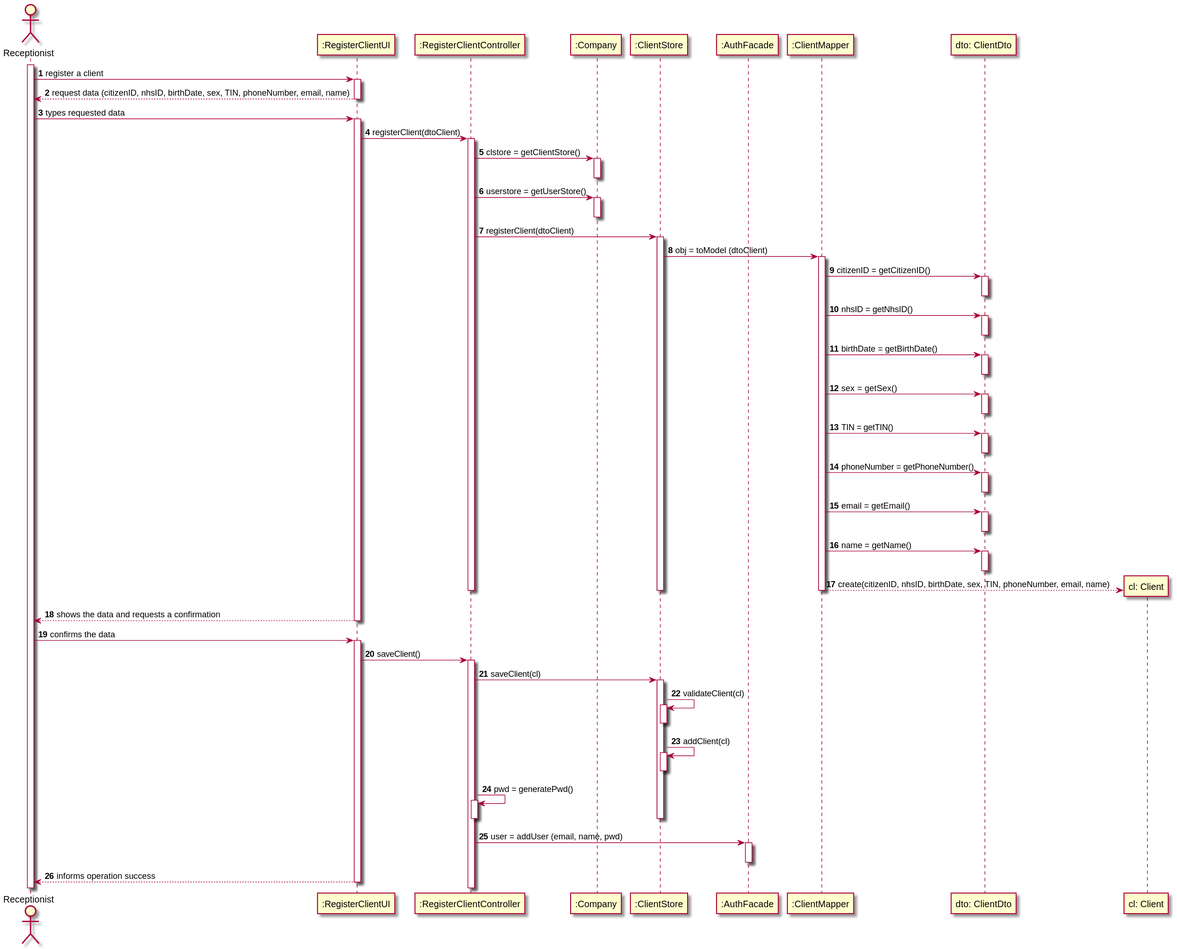
0franciscor/lei-21-s2-1de-g19 keeps this PlantUML diagram as docs/SprintB/US03/US03-SD.svg. Above is the earlier version. Its diagram source:
```plantuml
@startuml

autonumber

actor "Receptionist" as R
activate R


R -> ":RegisterClientUI" : register a client
activate ":RegisterClientUI"
":RegisterClientUI" --> R: request data (citizenID, nhsID, birthDate, sex, TIN, phoneNumber, email, name)
deactivate ":RegisterClientUI"
R -> ":RegisterClientUI" : types requested data
activate ":RegisterClientUI"
":RegisterClientUI" -> ":RegisterClientController": registerClient(dtoClient)
activate ":RegisterClientController"
":RegisterClientController" -> ":Company": clstore = getClientStore()
activate ":Company"
deactivate ":Company"
":RegisterClientController" -> ":Company": userstore = getUserStore()
activate ":Company"
deactivate ":Company"
":RegisterClientController" -> ":ClientStore" : registerClient(dtoClient)
deactivate ":AuthFacade"
activate ":ClientStore"
":ClientStore" -> ":ClientMapper": obj = toModel (dtoClient)
activate ":ClientMapper"
":ClientMapper" -> "dto: ClientDto" : citizenID = getCitizenID()
activate "dto: ClientDto"
deactivate "dto: ClientDto"
":ClientMapper" -> "dto: ClientDto" : nhsID = getNhsID()
activate "dto: ClientDto"
deactivate "dto: ClientDto"
":ClientMapper" -> "dto: ClientDto" : birthDate = getBirthDate()
activate "dto: ClientDto"
deactivate "dto: ClientDto"
":ClientMapper" -> "dto: ClientDto" : sex = getSex()
activate "dto: ClientDto"
deactivate "dto: ClientDto"
":ClientMapper" -> "dto: ClientDto" : TIN = getTIN()
activate "dto: ClientDto"
deactivate "dto: ClientDto"
":ClientMapper" -> "dto: ClientDto" : phoneNumber = getPhoneNumber()
activate "dto: ClientDto"
deactivate "dto: ClientDto"
":ClientMapper" -> "dto: ClientDto" : email = getEmail()
activate "dto: ClientDto"
deactivate "dto: ClientDto"
":ClientMapper" -> "dto: ClientDto" : name = getName()
activate "dto: ClientDto"
deactivate "dto: ClientDto"
create "cl: Client"
":ClientMapper" --> "cl: Client": create(citizenID, nhsID, birthDate, sex, TIN, phoneNumber, email, name)
deactivate ":ClientMapper"
deactivate ":ClientStore"
deactivate ":RegisterClientController"
":RegisterClientUI" --> R: shows the data and requests a confirmation
deactivate ":RegisterClientUI"
R -> ":RegisterClientUI": confirms the data
activate ":RegisterClientUI"
":RegisterClientUI" -> ":RegisterClientController": saveClient()
activate ":RegisterClientController"
":RegisterClientController" -> ":ClientStore" ++: saveClient(cl)
":ClientStore" -> ":ClientStore": validateClient(cl)
activate ":ClientStore"
deactivate ":ClientStore"
":ClientStore" -> ":ClientStore": addClient(cl)
activate ":ClientStore"
deactivate ":ClientStore"
":RegisterClientController" -> ":RegisterClientController": pwd = generatePwd()
activate ":RegisterClientController"
deactivate ":RegisterClientController"
deactivate ":ClientStore"
":RegisterClientController" -> ":AuthFacade" : user = addUser (email, name, pwd)
activate ":AuthFacade"
deactivate ":AuthFacade"
":RegisterClientUI" --> R: informs operation success
deactivate ":RegisterClientUI"

@enduml
```
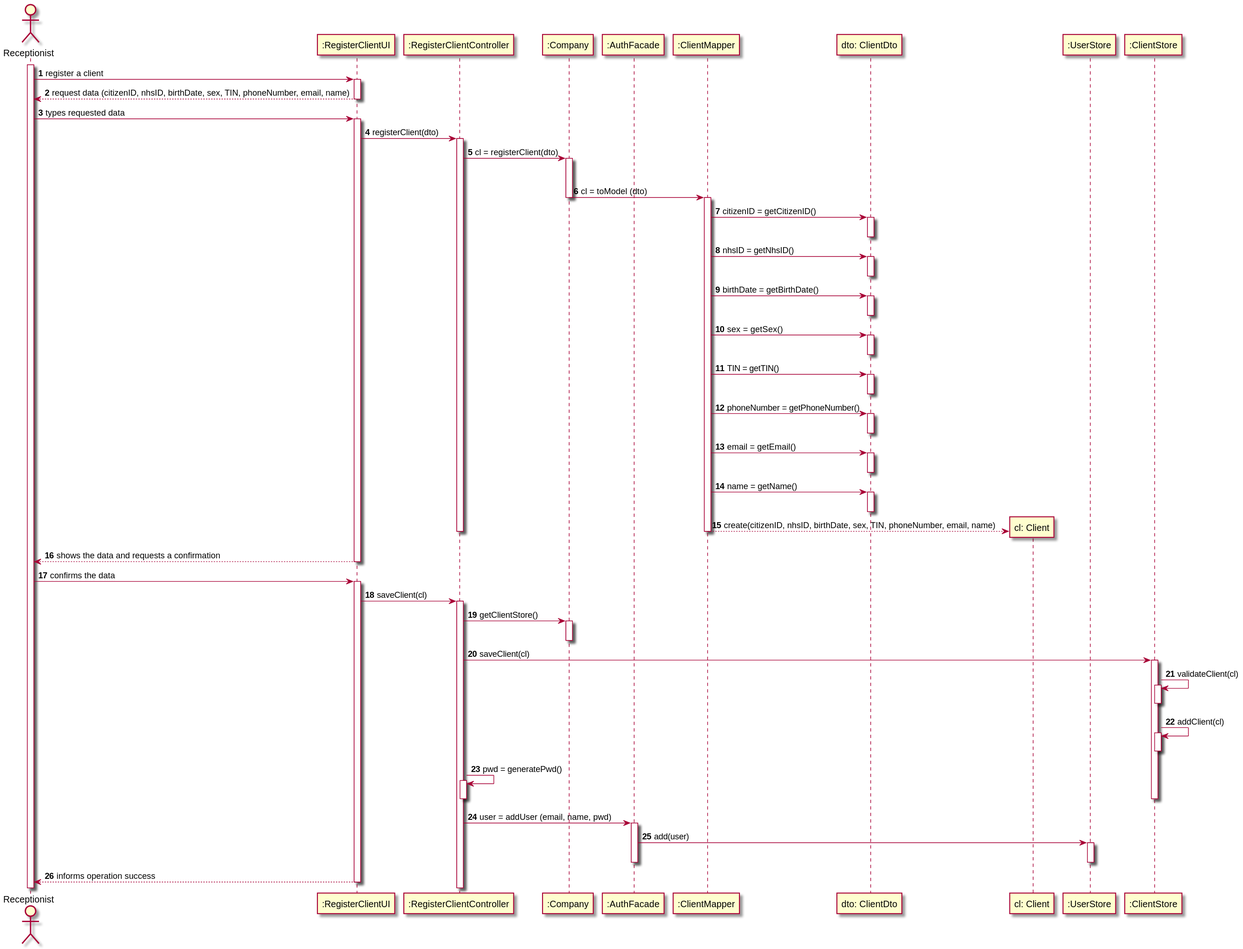
Above is the later version.

Diff of the diagram source:
```diff
@@ -12,18 +12,18 @@
 deactivate ":RegisterClientUI"
 R -> ":RegisterClientUI" : types requested data
 activate ":RegisterClientUI"
-":RegisterClientUI" -> ":RegisterClientController": registerClient(dtoClient)
+":RegisterClientUI" -> ":RegisterClientController": registerClient(dto)
 activate ":RegisterClientController"
-":RegisterClientController" -> ":Company": clstore = getClientStore()
+":RegisterClientController" -> ":Company": cl = registerClient(dto)
 activate ":Company"
+
+
+
+
+deactivate ":AuthFacade"
+
+":Company" -> ":ClientMapper": cl = toModel (dto)
 deactivate ":Company"
-":RegisterClientController" -> ":Company": userstore = getUserStore()
-activate ":Company"
-deactivate ":Company"
-":RegisterClientController" -> ":ClientStore" : registerClient(dtoClient)
-deactivate ":AuthFacade"
-activate ":ClientStore"
-":ClientStore" -> ":ClientMapper": obj = toModel (dtoClient)
 activate ":ClientMapper"
 ":ClientMapper" -> "dto: ClientDto" : citizenID = getCitizenID()
 activate "dto: ClientDto"
@@ -52,15 +52,18 @@
 create "cl: Client"
 ":ClientMapper" --> "cl: Client": create(citizenID, nhsID, birthDate, sex, TIN, phoneNumber, email, name)
 deactivate ":ClientMapper"
-deactivate ":ClientStore"
+deactivate ":UserStore"
 deactivate ":RegisterClientController"
 ":RegisterClientUI" --> R: shows the data and requests a confirmation
 deactivate ":RegisterClientUI"
 R -> ":RegisterClientUI": confirms the data
 activate ":RegisterClientUI"
-":RegisterClientUI" -> ":RegisterClientController": saveClient()
+":RegisterClientUI" -> ":RegisterClientController": saveClient(cl)
 activate ":RegisterClientController"
-":RegisterClientController" -> ":ClientStore" ++: saveClient(cl)
+":RegisterClientController" -> ":Company" ++: getClientStore()
+deactivate ":Company"
+":RegisterClientController" -> ":ClientStore" : saveClient(cl)
+activate ":ClientStore"
 ":ClientStore" -> ":ClientStore": validateClient(cl)
 activate ":ClientStore"
 deactivate ":ClientStore"
@@ -71,9 +74,15 @@
 activate ":RegisterClientController"
 deactivate ":RegisterClientController"
 deactivate ":ClientStore"
+deactivate ":UserStore"
 ":RegisterClientController" -> ":AuthFacade" : user = addUser (email, name, pwd)
 activate ":AuthFacade"
+":AuthFacade" -> ":UserStore" : add(user)
+activate ":UserStore"
+
+deactivate ":UserStore"
 deactivate ":AuthFacade"
+
 ":RegisterClientUI" --> R: informs operation success
 deactivate ":RegisterClientUI"
 
```
